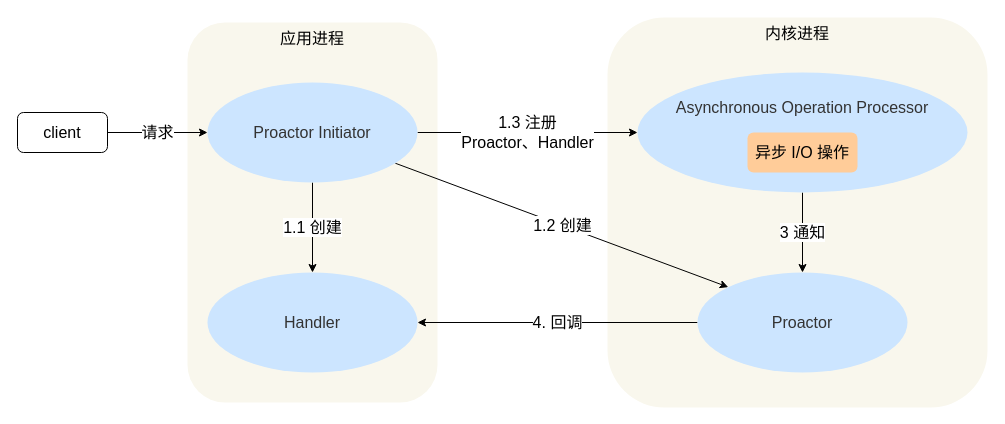
The draw.io diagram 操作系统/Reactor/Proactor.drawio in xiaolincoder/ImageHost4, before the edit. Source tidied: cells renumbered, new cells numbered last; positions are measured from the earlier drawing's top-left corner, leaving out a move shared by most shapes. Both pictures are drawn from the tidied source at 100%, with x=0, y=0 at pixel (17, 17).
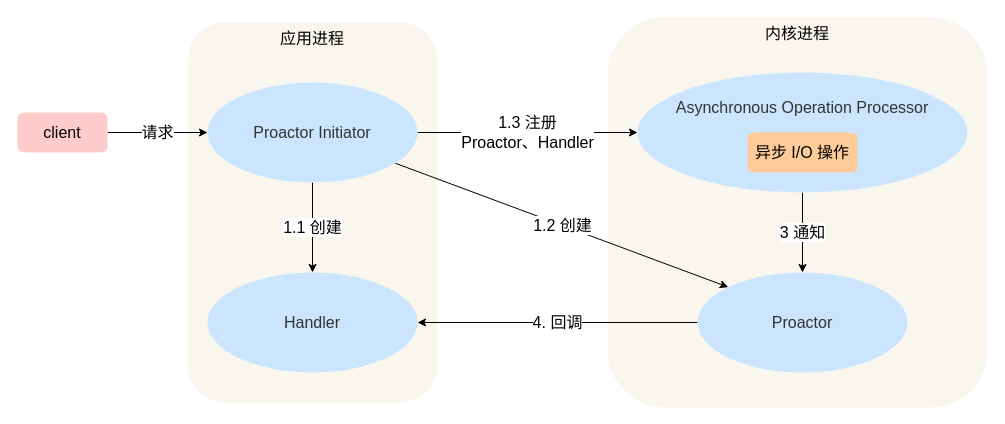
The same page after the edit.

The edit, as a diff of the source:
```diff
@@
 <mxGraphModel>
   <root>
     <mxCell id="0" />
     <mxCell id="1" parent="0" />
     <mxCell id="2" value="内核进程" style="rounded=1;whiteSpace=wrap;html=1;labelBackgroundColor=none;fontSize=16;verticalAlign=top;fillColor=#f9f7ed;strokeColor=none;" parent="1" vertex="1">
       <mxGeometry x="590" width="380" height="390" as="geometry" />
     </mxCell>
     <mxCell id="3" value="应用进程" style="rounded=1;whiteSpace=wrap;html=1;labelBackgroundColor=none;fontSize=16;verticalAlign=top;fillColor=#f9f7ed;strokeColor=none;" parent="1" vertex="1">
       <mxGeometry x="170" y="5" width="250" height="380" as="geometry" />
     </mxCell>
     <mxCell id="4" value="1.1 创建" style="edgeStyle=orthogonalEdgeStyle;rounded=0;jettySize=auto;html=1;fontSize=16;" parent="1" edge="1" source="7" target="8">
       <mxGeometry relative="1" as="geometry" />
     </mxCell>
     <mxCell id="5" value="1.3 注册&lt;br&gt;Proactor、Handler" style="edgeStyle=orthogonalEdgeStyle;rounded=0;jettySize=auto;html=1;entryX=0;entryY=0.5;entryDx=0;entryDy=0;fontSize=16;" parent="1" edge="1" source="7" target="10">
       <mxGeometry relative="1" as="geometry" />
     </mxCell>
     <mxCell id="6" value="1.2 创建" style="rounded=0;jettySize=auto;html=1;entryX=0;entryY=0;entryDx=0;entryDy=0;fontSize=16;" parent="1" edge="1" source="7" target="13">
       <mxGeometry relative="1" as="geometry" />
     </mxCell>
     <mxCell id="7" value="&lt;span style=&quot;font-size: 16px; color: rgb(51, 51, 51); font-family: &amp;quot;pingfang sc&amp;quot;, &amp;quot;lantinghei sc&amp;quot;, &amp;quot;microsoft yahei&amp;quot;, &amp;quot;hiragino sans gb&amp;quot;, &amp;quot;microsoft sans serif&amp;quot;, &amp;quot;wenquanyi micro hei&amp;quot;, helvetica, sans-serif;&quot;&gt;Proactor Initiator&lt;/span&gt;" style="ellipse;whiteSpace=wrap;html=1;fillColor=#cce5ff;strokeColor=none;labelBackgroundColor=none;" parent="1" vertex="1">
       <mxGeometry x="190" y="65" width="210" height="100" as="geometry" />
     </mxCell>
     <mxCell id="8" value="&lt;span style=&quot;font-size: 16px; color: rgb(51, 51, 51); font-family: &amp;quot;pingfang sc&amp;quot;, &amp;quot;lantinghei sc&amp;quot;, &amp;quot;microsoft yahei&amp;quot;, &amp;quot;hiragino sans gb&amp;quot;, &amp;quot;microsoft sans serif&amp;quot;, &amp;quot;wenquanyi micro hei&amp;quot;, helvetica, sans-serif;&quot;&gt;Handler&lt;/span&gt;" style="ellipse;whiteSpace=wrap;html=1;fillColor=#cce5ff;strokeColor=none;labelBackgroundColor=none;" parent="1" vertex="1">
       <mxGeometry x="190" y="255" width="210" height="100" as="geometry" />
     </mxCell>
     <mxCell id="9" value="3 通知" style="edgeStyle=orthogonalEdgeStyle;rounded=0;jettySize=auto;html=1;fontSize=16;" parent="1" edge="1" source="10" target="13">
       <mxGeometry relative="1" as="geometry" />
     </mxCell>
     <mxCell id="10" value="&lt;span style=&quot;font-size: 16px ; color: rgb(51 , 51 , 51) ; font-family: &amp;#34;pingfang sc&amp;#34; , &amp;#34;lantinghei sc&amp;#34; , &amp;#34;microsoft yahei&amp;#34; , &amp;#34;hiragino sans gb&amp;#34; , &amp;#34;microsoft sans serif&amp;#34; , &amp;#34;wenquanyi micro hei&amp;#34; , &amp;#34;helvetica&amp;#34; , sans-serif&quot;&gt;&lt;br&gt;Asynchronous Operation Processor&lt;/span&gt;" style="ellipse;whiteSpace=wrap;html=1;fillColor=#cce5ff;strokeColor=none;labelBackgroundColor=none;verticalAlign=top;" parent="1" vertex="1">
       <mxGeometry x="620" y="55" width="330" height="120" as="geometry" />
     </mxCell>
     <mxCell id="11" value="异步 I/O 操作" style="rounded=1;whiteSpace=wrap;html=1;labelBackgroundColor=none;fontSize=16;fillColor=#ffcc99;strokeColor=none;" parent="1" vertex="1">
       <mxGeometry x="730" y="115" width="110" height="40" as="geometry" />
     </mxCell>
     <mxCell id="12" value="4. 回调" style="edgeStyle=orthogonalEdgeStyle;rounded=0;jettySize=auto;html=1;entryX=1;entryY=0.5;entryDx=0;entryDy=0;fontSize=16;" parent="1" edge="1" source="13" target="8">
       <mxGeometry relative="1" as="geometry" />
     </mxCell>
     <mxCell id="13" value="&lt;span style=&quot;font-size: 16px; color: rgb(51, 51, 51); font-family: &amp;quot;pingfang sc&amp;quot;, &amp;quot;lantinghei sc&amp;quot;, &amp;quot;microsoft yahei&amp;quot;, &amp;quot;hiragino sans gb&amp;quot;, &amp;quot;microsoft sans serif&amp;quot;, &amp;quot;wenquanyi micro hei&amp;quot;, helvetica, sans-serif;&quot;&gt;Proactor&lt;/span&gt;" style="ellipse;whiteSpace=wrap;html=1;fillColor=#cce5ff;strokeColor=none;labelBackgroundColor=none;" parent="1" vertex="1">
       <mxGeometry x="680" y="255" width="210" height="100" as="geometry" />
     </mxCell>
     <mxCell id="14" value="请求" style="edgeStyle=none;rounded=0;jettySize=auto;html=1;fontSize=16;" parent="1" edge="1" source="15" target="7">
       <mxGeometry relative="1" as="geometry" />
     </mxCell>
-    <mxCell id="15" value="client" style="rounded=1;whiteSpace=wrap;html=1;labelBackgroundColor=none;fontSize=16;" parent="1" vertex="1">
+    <mxCell id="15" value="client" style="rounded=1;whiteSpace=wrap;html=1;labelBackgroundColor=none;fontSize=16;fillColor=#ffcccc;strokeColor=none;" parent="1" vertex="1">
       <mxGeometry y="95" width="90" height="40" as="geometry" />
     </mxCell>
   </root>
 </mxGraphModel>
```
